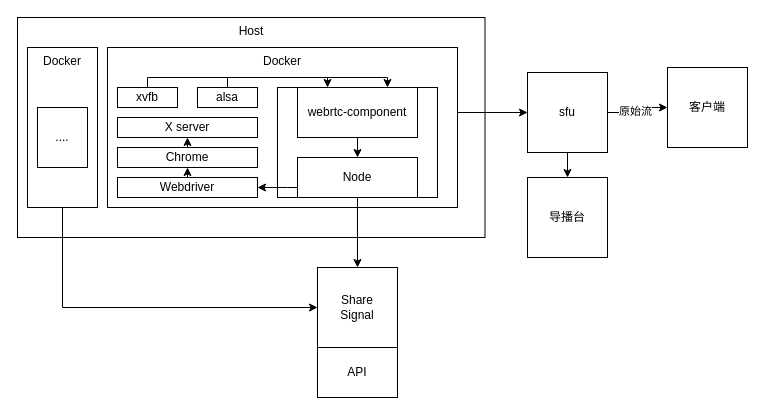
Before: page "Page-5" (5 of 9) of Diagram3.drawio in craterone/imgs, a draw.io diagram. Source tidied: cells renumbered, new cells numbered last; positions are measured from the earlier drawing's top-left corner, leaving out a move shared by most shapes. Both pictures are drawn from the tidied source at 100%, with x=0, y=0 at pixel (17, 17).
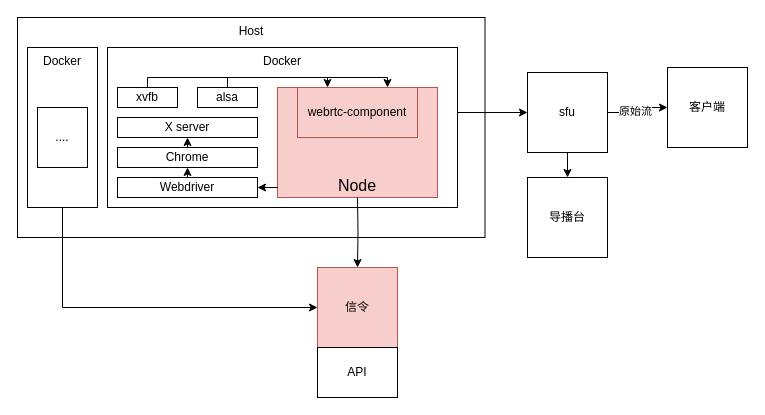
The same diagram, later.

The change refers to these unchanged cells:
```xml
<mxCell id="14" value="Webdriver" style="rounded=0;whiteSpace=wrap;html=1;" parent="1" vertex="1">
  <mxGeometry x="100" y="160" width="140" height="20" as="geometry" />
</mxCell>
```

The edit, as a diff of the source:
```diff
@@
-    <mxCell id="20" style="rounded=0;whiteSpace=wrap;html=1;" parent="1" vertex="1">
+    <mxCell id="20" value="Node" style="rounded=0;whiteSpace=wrap;html=1;fillColor=#f8cecc;strokeColor=#b85450;verticalAlign=bottom;fontSize=16;" parent="1" vertex="1">
       <mxGeometry x="260" y="70" width="160" height="110" as="geometry" />
     </mxCell>
-    <mxCell id="21" style="edgeStyle=orthogonalEdgeStyle;rounded=0;jettySize=auto;html=1;entryX=1;entryY=0.5;entryDx=0;entryDy=0;" parent="1" edge="1" source="23" target="14">
+    <mxCell id="21" style="edgeStyle=orthogonalEdgeStyle;rounded=0;jettySize=auto;html=1;entryX=1;entryY=0.5;entryDx=0;entryDy=0;" parent="1" edge="1" target="14">
       <mxGeometry relative="1" as="geometry">
+        <mxPoint x="260" y="170" as="sourcePoint" />
         <Array as="points">
-          <mxPoint x="270" y="170" />
-          <mxPoint x="270" y="170" />
+          <mxPoint x="260" y="170" />
         </Array>
       </mxGeometry>
     </mxCell>
-    <mxCell id="22" style="edgeStyle=orthogonalEdgeStyle;rounded=0;jettySize=auto;html=1;entryX=0.5;entryY=0;entryDx=0;entryDy=0;" parent="1" edge="1" source="23" target="26">
-      <mxGeometry relative="1" as="geometry" />
+    <mxCell id="22" style="edgeStyle=orthogonalEdgeStyle;rounded=0;jettySize=auto;html=1;entryX=0.5;entryY=0;entryDx=0;entryDy=0;" parent="1" edge="1" target="26">
+      <mxGeometry relative="1" as="geometry">
+        <mxPoint x="340" y="180" as="sourcePoint" />
+      </mxGeometry>
     </mxCell>
-    <mxCell id="23" value="Node" style="rounded=0;whiteSpace=wrap;html=1;" parent="1" vertex="1">
-      <mxGeometry x="280" y="140" width="120" height="40" as="geometry" />
-    </mxCell>
-    <mxCell id="24" style="edgeStyle=orthogonalEdgeStyle;rounded=0;jettySize=auto;html=1;exitX=0.5;exitY=1;exitDx=0;exitDy=0;entryX=0.5;entryY=0;entryDx=0;entryDy=0;" parent="1" edge="1" source="25" target="23">
-      <mxGeometry relative="1" as="geometry" />
-    </mxCell>
-    <mxCell id="25" value="webrtc-component" style="rounded=0;whiteSpace=wrap;html=1;" parent="1" vertex="1">
+    <mxCell id="25" value="webrtc-component" style="rounded=0;whiteSpace=wrap;html=1;fillColor=#f8cecc;strokeColor=#b85450;" parent="1" vertex="1">
       <mxGeometry x="280" y="70" width="120" height="50" as="geometry" />
     </mxCell>
-    <mxCell id="26" value="Share&lt;br&gt;Signal" style="whiteSpace=wrap;html=1;" parent="1" vertex="1">
+    <mxCell id="26" value="信令" style="whiteSpace=wrap;html=1;fillColor=#f8cecc;strokeColor=#b85450;" parent="1" vertex="1">
       <mxGeometry x="300" y="250" width="80" height="80" as="geometry" />
     </mxCell>
```
